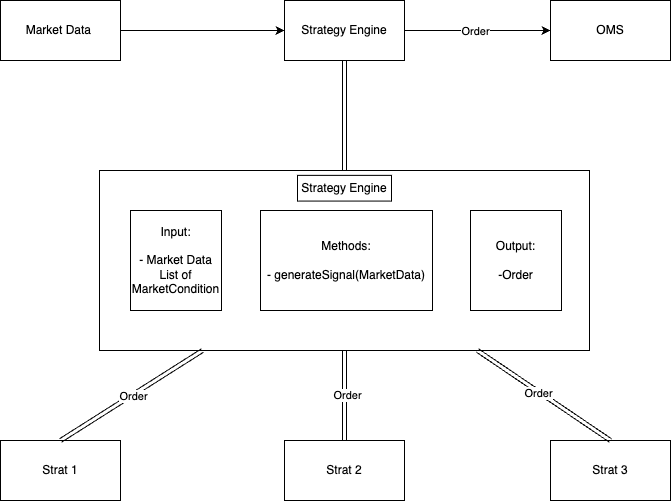
Before: doc/strategy_engine.drawio.png, a diagram exported from draw.io (Jamesfryer1998/C-AlgoTrader). Source tidied: cells renumbered, new cells last; positions are measured from the earlier drawing's top-left corner, leaving out a move shared by most shapes.
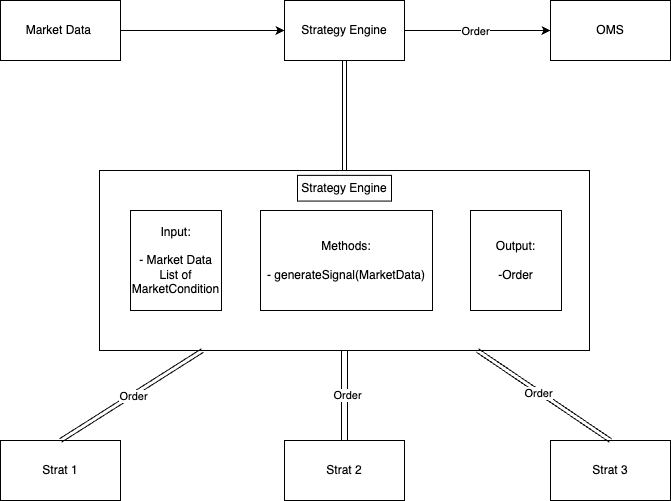
Above is the later version.

Diff of the diagram source:
```diff
@@ -14,19 +14,19 @@
     <mxCell id="5" value="OMS" style="rounded=0;whiteSpace=wrap;html=1;strokeColor=light-dark(#000000,#FFFFFF);" parent="1" vertex="1">
       <mxGeometry x="550" width="120" height="60" as="geometry" />
     </mxCell>
-    <mxCell id="6" style="edgeStyle=none;html=1;strokeColor=light-dark(#000000,#FFFFFF);" parent="1" edge="1" source="9" target="5">
+    <mxCell id="6" style="edgeStyle=none;html=1;strokeColor=light-dark(#000000,#000000);" parent="1" edge="1" source="9" target="5">
       <mxGeometry relative="1" as="geometry" />
     </mxCell>
-    <mxCell id="7" value="Order" style="edgeLabel;html=1;align=center;verticalAlign=middle;" parent="6" vertex="1">
+    <mxCell id="7" value="Order" style="edgeLabel;html=1;align=center;verticalAlign=middle;fontColor=light-dark(#000000,#000000);" parent="6" vertex="1">
       <mxGeometry x="-0.04" relative="1" as="geometry" />
     </mxCell>
-    <mxCell id="8" style="edgeStyle=none;html=1;shape=link;strokeColor=light-dark(#000000,#FFFFFF);" parent="1" edge="1" source="9" target="13">
+    <mxCell id="8" style="edgeStyle=none;html=1;shape=link;strokeColor=light-dark(#000000,#000000);" parent="1" edge="1" source="9" target="13">
       <mxGeometry relative="1" as="geometry" />
     </mxCell>
     <mxCell id="9" value="Strategy Engine" style="rounded=0;whiteSpace=wrap;html=1;strokeColor=light-dark(#000000,#FFFFFF);" parent="1" vertex="1">
       <mxGeometry x="284" width="120" height="60" as="geometry" />
     </mxCell>
-    <mxCell id="10" style="edgeStyle=none;html=1;entryX=0;entryY=0.5;entryDx=0;entryDy=0;strokeColor=light-dark(#000000,#FFFFFF);" parent="1" edge="1" source="11" target="9">
+    <mxCell id="10" style="edgeStyle=none;html=1;entryX=0;entryY=0.5;entryDx=0;entryDy=0;strokeColor=light-dark(#000000,#000000);" parent="1" edge="1" source="11" target="9">
       <mxGeometry relative="1" as="geometry" />
     </mxCell>
     <mxCell id="11" value="Market Data&amp;nbsp;" style="rounded=0;whiteSpace=wrap;html=1;strokeColor=light-dark(#000000,#FFFFFF);" parent="1" vertex="1">
@@ -50,22 +50,24 @@
     <mxCell id="17" value="&lt;div style=&quot;&quot;&gt;&lt;font style=&quot;color: light-dark(rgb(0, 0, 0), rgb(255, 255, 255));&quot;&gt;Output:&lt;/font&gt;&lt;/div&gt;&lt;div style=&quot;&quot;&gt;&lt;font style=&quot;color: light-dark(rgb(0, 0, 0), rgb(255, 255, 255));&quot;&gt;&lt;br&gt;&lt;/font&gt;&lt;/div&gt;&lt;div style=&quot;&quot;&gt;&lt;font style=&quot;color: light-dark(rgb(0, 0, 0), rgb(255, 255, 255));&quot;&gt;-Order&lt;/font&gt;&lt;/div&gt;" style="rounded=0;whiteSpace=wrap;html=1;align=center;strokeColor=light-dark(#000000,#FFFFFF);" parent="12" vertex="1">
       <mxGeometry x="371" y="40" width="91" height="100" as="geometry" />
     </mxCell>
-    <mxCell id="18" style="edgeStyle=none;html=1;entryX=0.5;entryY=0;entryDx=0;entryDy=0;shape=link;" parent="1" edge="1" source="13" target="4">
+    <mxCell id="18" style="edgeStyle=none;html=1;entryX=0.5;entryY=0;entryDx=0;entryDy=0;shape=link;strokeColor=light-dark(#000000,#000000);" parent="1" edge="1" source="13" target="4">
       <mxGeometry relative="1" as="geometry" />
     </mxCell>
-    <mxCell id="19" value="Order" style="edgeLabel;html=1;align=center;verticalAlign=middle;" parent="18" vertex="1">
+    <mxCell id="19" value="Order" style="edgeLabel;html=1;align=center;verticalAlign=middle;fontColor=light-dark(#000000,#000000);" parent="18" vertex="1">
       <mxGeometry x="-0.01" y="1" relative="1" as="geometry" />
     </mxCell>
-    <mxCell id="20" style="edgeStyle=none;html=1;entryX=0.5;entryY=0;entryDx=0;entryDy=0;shape=link;" parent="1" edge="1" source="13" target="3">
-      <mxGeometry relative="1" as="geometry" />
+    <mxCell id="20" style="edgeStyle=none;html=1;entryX=0.5;entryY=0;entryDx=0;entryDy=0;shape=link;strokeColor=light-dark(#000000,#000000);width=6;" parent="1" edge="1" target="3">
+      <mxGeometry relative="1" as="geometry">
+        <mxPoint x="344" y="350" as="sourcePoint" />
+      </mxGeometry>
     </mxCell>
-    <mxCell id="21" value="Order" style="edgeLabel;html=1;align=center;verticalAlign=middle;" parent="20" vertex="1">
+    <mxCell id="21" value="Order" style="edgeLabel;html=1;align=center;verticalAlign=middle;fontColor=light-dark(#000000,#000000);" parent="20" vertex="1">
       <mxGeometry x="-0.02" y="2" relative="1" as="geometry" />
     </mxCell>
-    <mxCell id="22" style="edgeStyle=none;html=1;entryX=0.5;entryY=0;entryDx=0;entryDy=0;shape=link;" parent="1" edge="1" source="13" target="2">
+    <mxCell id="22" style="edgeStyle=none;html=1;entryX=0.5;entryY=0;entryDx=0;entryDy=0;shape=link;strokeColor=light-dark(#000000,#000000);" parent="1" edge="1" source="13" target="2">
       <mxGeometry relative="1" as="geometry" />
     </mxCell>
-    <mxCell id="23" value="Order" style="edgeLabel;html=1;align=center;verticalAlign=middle;" parent="22" vertex="1">
+    <mxCell id="23" value="Order" style="edgeLabel;html=1;align=center;verticalAlign=middle;fontColor=light-dark(#000000,#000000);" parent="22" vertex="1">
       <mxGeometry x="-0.08" y="-1" relative="1" as="geometry" />
     </mxCell>
   </root>
```
